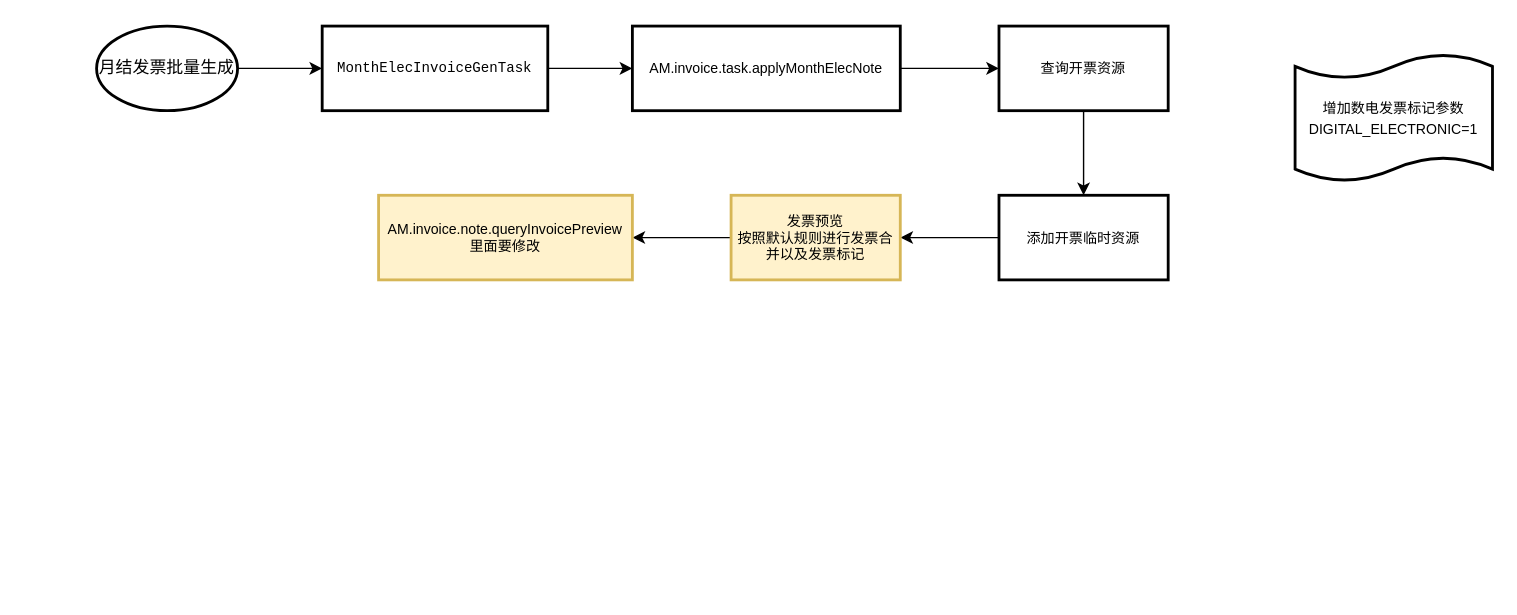
This is 数电发票.drawio from 315944211/doc, a draw.io file, before an edit. Source tidied: cells renumbered, new cells numbered last; positions are measured from the earlier drawing's top-left corner, leaving out a move shared by most shapes. Both pictures are drawn from the tidied source at 141%, with x=0, y=0 at pixel (96, 25).
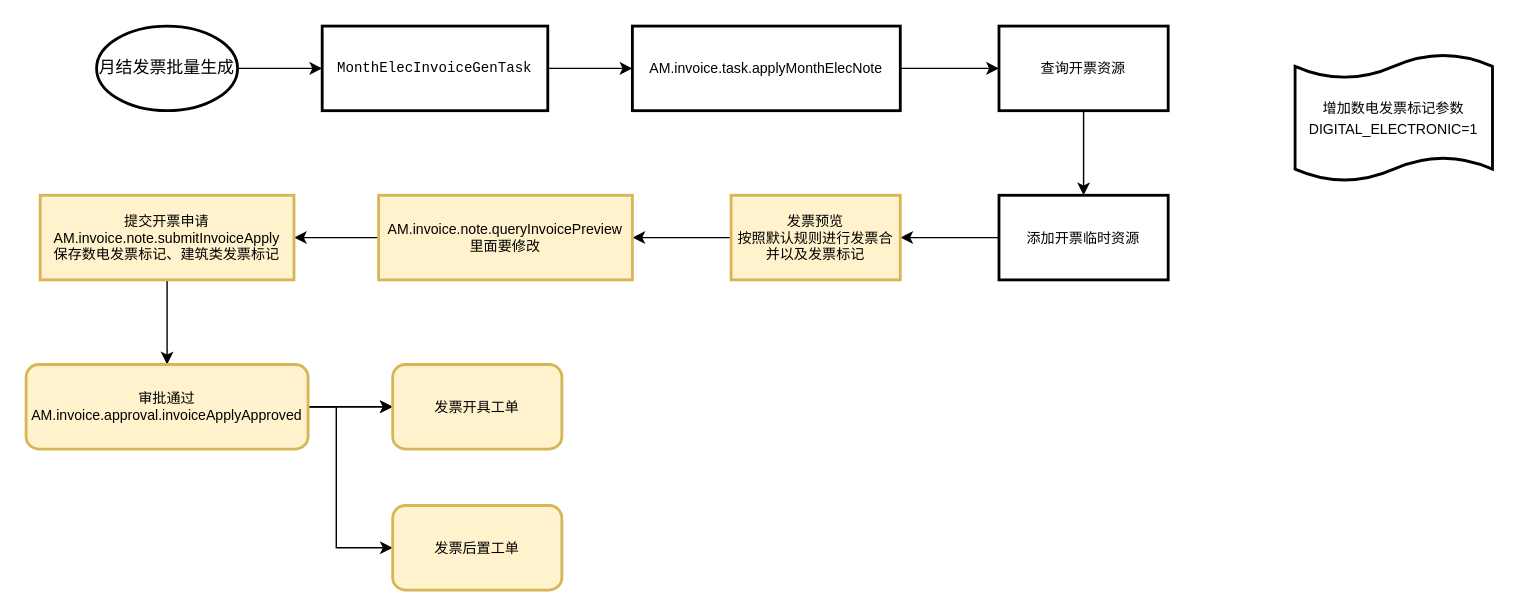
Above is the later version.

Commit message (it also covers changes not shown here):
更新数电发票.drawio

Unchanged cells that the change refers to:
```xml
<mxCell id="14" value="AM.invoice.note.queryInvoicePreview&lt;br&gt;里面要修改" style="whiteSpace=wrap;html=1;fontSize=10;fillColor=#fff2cc;strokeColor=#d6b656;strokeWidth=2;" parent="1" vertex="1">
  <mxGeometry x="200" y="120" width="180" height="60" as="geometry" />
</mxCell>
```

Diff of the diagram source:
```diff
@@
+    <mxCell id="16" style="edgeStyle=orthogonalEdgeStyle;rounded=0;jettySize=auto;html=1;" parent="1" edge="1" source="14" target="18">
+      <mxGeometry relative="1" as="geometry" />
+    </mxCell>
@@
+    <mxCell id="17" style="edgeStyle=orthogonalEdgeStyle;rounded=0;jettySize=auto;html=1;" parent="1" edge="1" source="18" target="22">
+      <mxGeometry relative="1" as="geometry" />
+    </mxCell>
+    <mxCell id="18" value="提交开票申请&lt;br&gt;AM.invoice.note.submitInvoiceApply&lt;br&gt;保存数电发票标记、建筑类发票标记" style="whiteSpace=wrap;html=1;fontSize=10;fillColor=#fff2cc;strokeColor=#d6b656;strokeWidth=2;" parent="1" vertex="1">
+      <mxGeometry x="-40" y="120" width="180" height="60" as="geometry" />
+    </mxCell>
+    <mxCell id="19" style="edgeStyle=orthogonalEdgeStyle;rounded=0;jettySize=auto;html=1;" parent="1" edge="1" source="22" target="23">
+      <mxGeometry relative="1" as="geometry" />
+    </mxCell>
+    <mxCell id="20" style="edgeStyle=orthogonalEdgeStyle;rounded=0;jettySize=auto;html=1;" parent="1" edge="1" source="22" target="23">
+      <mxGeometry relative="1" as="geometry" />
+    </mxCell>
+    <mxCell id="21" style="edgeStyle=orthogonalEdgeStyle;rounded=0;jettySize=auto;html=1;entryX=0;entryY=0.5;entryDx=0;entryDy=0;" parent="1" edge="1" source="22" target="24">
+      <mxGeometry relative="1" as="geometry">
+        <Array as="points">
+          <mxPoint x="170" y="270" />
+          <mxPoint x="170" y="370" />
+        </Array>
+      </mxGeometry>
+    </mxCell>
+    <mxCell id="22" value="审批通过&lt;div&gt;AM.invoice.approval.invoiceApplyApproved&lt;br&gt;&lt;/div&gt;" style="rounded=1;whiteSpace=wrap;html=1;fontSize=10;fillColor=#fff2cc;strokeColor=#d6b656;strokeWidth=2;" parent="1" vertex="1">
+      <mxGeometry x="-50" y="240" width="200" height="60" as="geometry" />
+    </mxCell>
+    <mxCell id="23" value="发票开具工单" style="whiteSpace=wrap;html=1;fontSize=10;fillColor=#fff2cc;strokeColor=#d6b656;rounded=1;strokeWidth=2;" parent="1" vertex="1">
+      <mxGeometry x="210" y="240" width="120" height="60" as="geometry" />
+    </mxCell>
+    <mxCell id="24" value="发票后置工单" style="whiteSpace=wrap;html=1;fontSize=10;fillColor=#fff2cc;strokeColor=#d6b656;rounded=1;strokeWidth=2;" parent="1" vertex="1">
+      <mxGeometry x="210" y="340" width="120" height="60" as="geometry" />
+    </mxCell>
```
